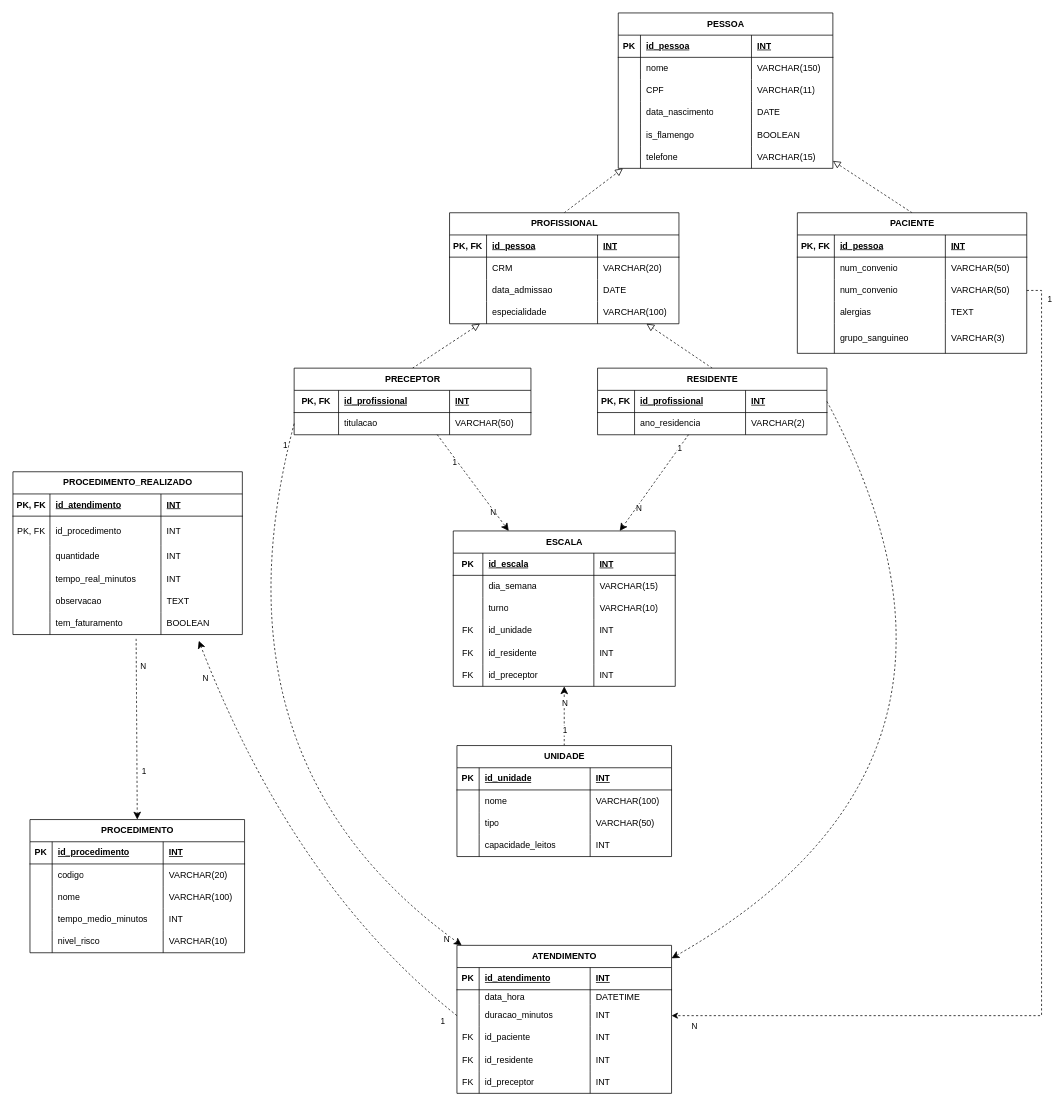
Nicolas-Kleiton/gestao-hospital-yuska keeps this draw.io diagram as docs/diagramas/DER_SistemaHospitalar .drawio. Above is the earlier version. Source tidied: cells renumbered, new cells numbered last; positions are measured from the earlier drawing's top-left corner, leaving out a move shared by most shapes. Both pictures are drawn from the tidied source at 74%, with x=0, y=0 at pixel (13, 13).
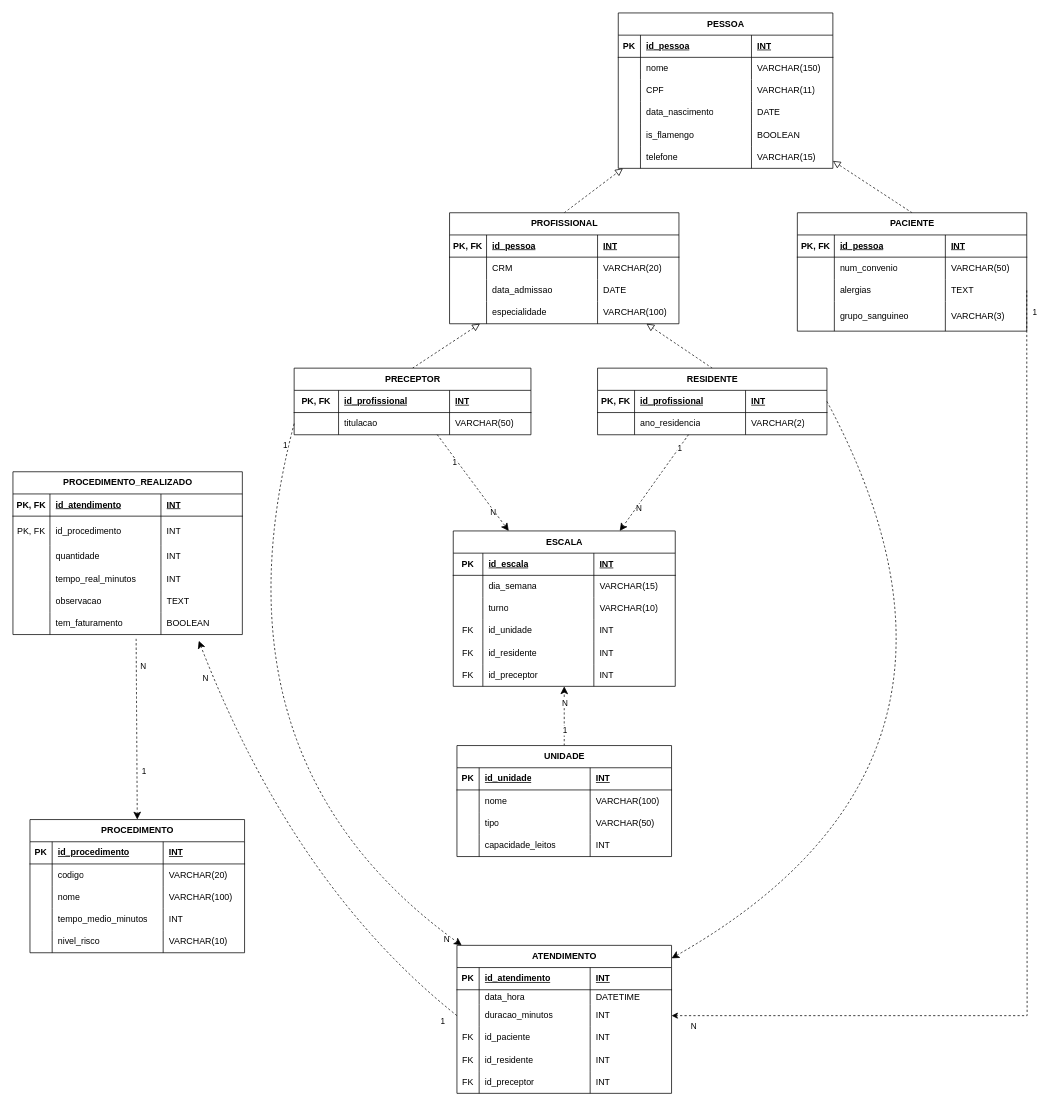
The same diagram, later.

Commit message (it also covers changes not shown here):
fix: remove atributo num_convenio duplicado na tabela paciente

Unchanged cells that the change refers to:
```xml
<mxCell id="147" style="shape=tableRow;horizontal=0;startSize=0;swimlaneHead=0;swimlaneBody=0;fillColor=none;points=[[0,0.5],[1,0.5]];portConstraint=eastwest;top=0;left=0;right=0;bottom=0;" parent="138" vertex="1">
  <mxGeometry y="80" width="290" height="30" as="geometry" />
</mxCell>
```

The edit, as a diff of the source:
```diff
@@
     <mxCell id="29" value="PACIENTE" style="shape=table;startSize=30;childLayout=tableLayout;rowLines=0;fontStyle=1;align=center;html=1;" parent="1" vertex="1">
-      <mxGeometry x="1060" y="270" width="310" height="190" as="geometry" />
+      <mxGeometry x="1060" y="270" width="310" height="160" as="geometry" />
     </mxCell>
@@
-    <mxCell id="38" style="shape=tableRow;horizontal=0;startSize=0;swimlaneHead=0;swimlaneBody=0;fillColor=none;points=[[0,0.5],[1,0.5]];portConstraint=eastwest;top=0;left=0;right=0;bottom=0;" parent="29" vertex="1">
-      <mxGeometry y="90" width="310" height="30" as="geometry" />
-    </mxCell>
-    <mxCell id="39" style="shape=partialRectangle;fillColor=none;top=0;left=0;bottom=0;right=0;overflow=hidden;whiteSpace=wrap;html=1;" parent="38" vertex="1">
-      <mxGeometry width="50" height="30" as="geometry" />
-    </mxCell>
-    <mxCell id="40" value="num_convenio" style="shape=partialRectangle;fillColor=none;top=0;left=0;bottom=0;right=0;align=left;spacingLeft=6;overflow=hidden;whiteSpace=wrap;html=1;" parent="38" vertex="1">
-      <mxGeometry x="50" width="150" height="30" as="geometry" />
-    </mxCell>
-    <mxCell id="41" value="VARCHAR(50)" style="shape=partialRectangle;fillColor=none;top=0;left=0;bottom=0;right=0;align=left;spacingLeft=6;overflow=hidden;whiteSpace=wrap;html=1;" parent="38" vertex="1">
-      <mxGeometry x="200" width="110" height="30" as="geometry" />
-    </mxCell>
     <mxCell id="42" style="shape=tableRow;horizontal=0;startSize=0;swimlaneHead=0;swimlaneBody=0;fillColor=none;top=0;left=0;right=0;bottom=0;" parent="29" vertex="1">
-      <mxGeometry y="120" width="310" height="30" as="geometry" />
+      <mxGeometry y="90" width="310" height="30" as="geometry" />
     </mxCell>
@@
     <mxCell id="46" style="shape=tableRow;horizontal=0;startSize=0;swimlaneHead=0;swimlaneBody=0;fillColor=none;top=0;left=0;right=0;bottom=0;" parent="29" vertex="1">
-      <mxGeometry y="150" width="310" height="40" as="geometry" />
+      <mxGeometry y="120" width="310" height="40" as="geometry" />
     </mxCell>
@@
-    <mxCell id="220" style="edgeStyle=orthogonalEdgeStyle;rounded=0;jettySize=auto;html=1;exitX=1;exitY=0.5;exitDx=0;exitDy=0;entryX=1;entryY=0.5;entryDx=0;entryDy=0;dashed=1;endArrow=classic;endFill=1;" parent="1" edge="1" source="38" target="147">
-      <mxGeometry relative="1" as="geometry" />
+    <mxCell id="220" style="edgeStyle=orthogonalEdgeStyle;rounded=0;jettySize=auto;html=1;exitX=1;exitY=0.5;exitDx=0;exitDy=0;entryX=1;entryY=0.5;entryDx=0;entryDy=0;dashed=1;endArrow=classic;endFill=1;" parent="1" edge="1" target="147">
+      <mxGeometry relative="1" as="geometry">
+        <mxPoint x="1370" y="375" as="sourcePoint" />
+      </mxGeometry>
     </mxCell>
```
